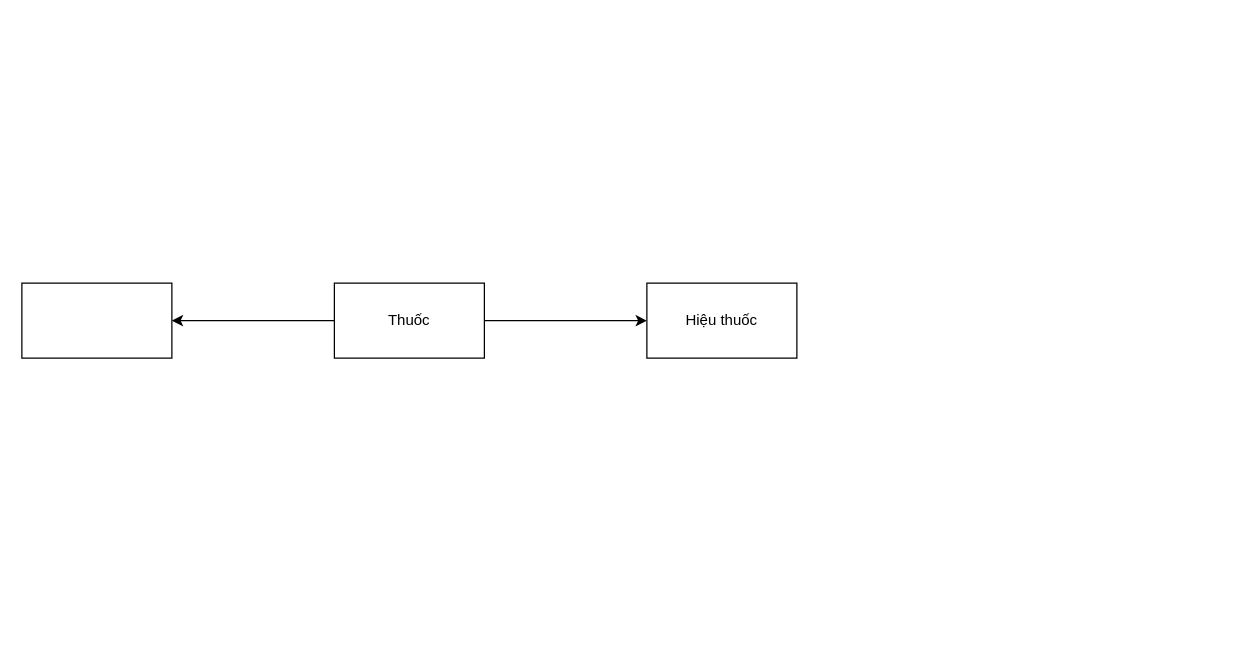
nqminh11605/hine16.github.io keeps this draw.io diagram as BÀI TẬP THIẾT KẾ SƠ ĐỒ ER.drawio. Above is the earlier version. Source tidied: cells renumbered, new cells numbered last; positions are measured from the earlier drawing's top-left corner, leaving out a move shared by most shapes. Both pictures are drawn from the tidied source at 125%, with x=0, y=0 at pixel (21, 282).
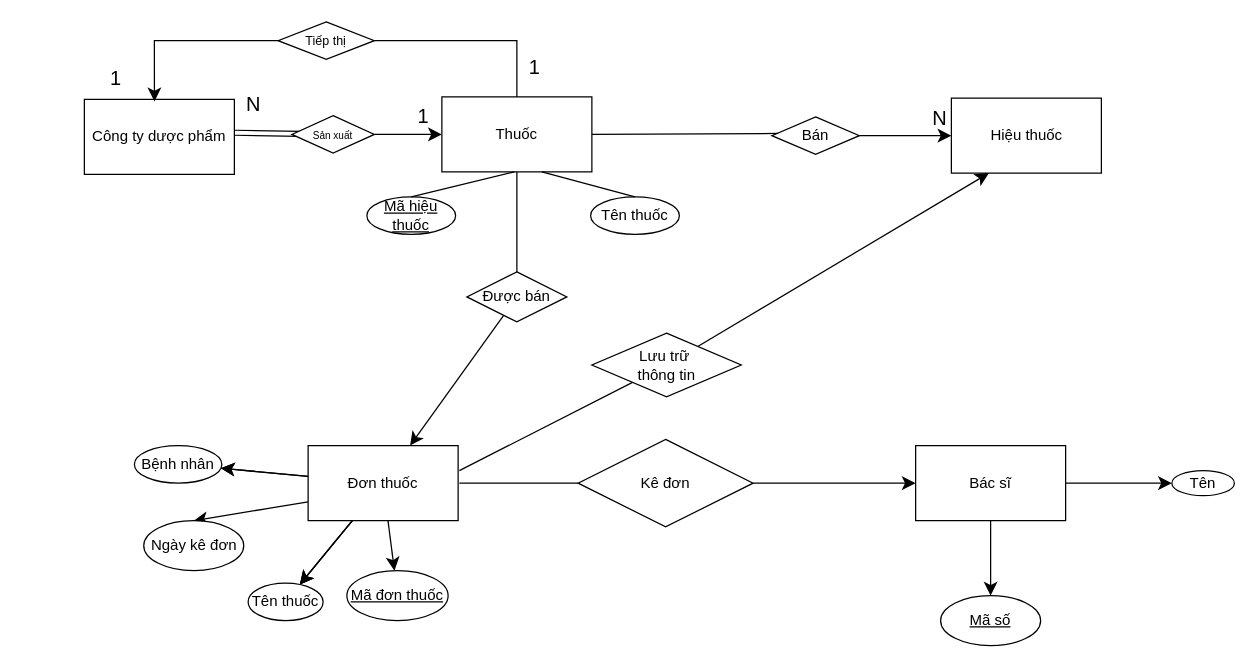
Above is the later version.

Commit message:
Cập nhật BÀI TẬP THIẾT KẾ SƠ ĐỒ ER.drawio

The edit, as a diff of the source:
```diff
@@
-    <mxCell id="2" style="edgeStyle=orthogonalEdgeStyle;rounded=0;jettySize=auto;html=1;" parent="1" edge="1" source="4" target="5">
-      <mxGeometry relative="1" as="geometry" />
-    </mxCell>
-    <mxCell id="3" style="edgeStyle=orthogonalEdgeStyle;rounded=0;jettySize=auto;html=1;" parent="1" edge="1" source="4" target="6">
-      <mxGeometry relative="1" as="geometry" />
-    </mxCell>
     <mxCell id="4" value="Thuốc" style="rounded=0;whiteSpace=wrap;html=1;" parent="1" vertex="1">
-      <mxGeometry x="250" width="120" height="60" as="geometry" />
+      <mxGeometry x="336" y="-149" width="120" height="60" as="geometry" />
     </mxCell>
     <mxCell id="5" value="Hiệu thuốc" style="rounded=0;whiteSpace=wrap;html=1;" parent="1" vertex="1">
-      <mxGeometry x="500" width="120" height="60" as="geometry" />
+      <mxGeometry x="743.6" y="-148" width="120" height="60" as="geometry" />
     </mxCell>
-    <mxCell id="6" style="rounded=0;whiteSpace=wrap;html=1;" parent="1" vertex="1">
-      <mxGeometry width="120" height="60" as="geometry" />
+    <mxCell id="6" value="Công ty dược phẩm" style="rounded=0;whiteSpace=wrap;html=1;" parent="1" vertex="1">
+      <mxGeometry x="50" y="-147" width="120" height="60" as="geometry" />
     </mxCell>
+    <mxCell id="7" value="N" style="text;html=1;align=center;verticalAlign=middle;strokeColor=none;fillColor=none;fontSize=16;" parent="1" vertex="1">
+      <mxGeometry x="165" y="-158" width="40" height="30" as="geometry" />
+    </mxCell>
+    <mxCell id="8" value="1" style="text;html=1;align=center;verticalAlign=middle;strokeColor=none;fillColor=none;fontSize=16;" parent="1" vertex="1">
+      <mxGeometry x="306" y="-149" width="30" height="30" as="geometry" />
+    </mxCell>
+    <mxCell id="9" style="endArrow=classic;html=1;rounded=0;fontSize=12;curved=1;exitX=1.003;exitY=0.445;exitDx=0;exitDy=0;shape=link;entryX=0.102;entryY=0.485;entryDx=0;entryDy=0;entryPerimeter=0;exitPerimeter=0;" parent="1" edge="1" source="6" target="10">
+      <mxGeometry relative="1" as="geometry" />
+    </mxCell>
+    <mxCell id="10" value="&lt;font style=&quot;vertical-align: inherit; font-size: 8px;&quot;&gt;Sản xuất&lt;/font&gt;" style="rhombus;whiteSpace=wrap;html=1;" parent="1" vertex="1">
+      <mxGeometry x="216" y="-134" width="66" height="30" as="geometry" />
+    </mxCell>
+    <mxCell id="11" style="endArrow=classic;html=1;rounded=0;fontSize=12;startSize=8;endSize=8;curved=1;entryX=0;entryY=0.5;entryDx=0;entryDy=0;" parent="1" edge="1" target="4">
+      <mxGeometry relative="1" as="geometry">
+        <mxPoint x="282" y="-119" as="sourcePoint" />
+      </mxGeometry>
+    </mxCell>
+    <mxCell id="12" style="edgeStyle=orthogonalEdgeStyle;rounded=0;jettySize=auto;html=1;entryX=0.467;entryY=0.027;entryDx=0;entryDy=0;fontSize=12;startSize=8;endSize=8;entryPerimeter=0;" parent="1" edge="1" source="13" target="6">
+      <mxGeometry relative="1" as="geometry" />
+    </mxCell>
+    <mxCell id="13" value="&lt;span style=&quot;font-size: 10px;&quot;&gt;Tiếp thị&lt;/span&gt;" style="rhombus;whiteSpace=wrap;html=1;rounded=0;" parent="1" vertex="1">
+      <mxGeometry x="205" y="-209" width="77" height="30" as="geometry" />
+    </mxCell>
+    <mxCell id="14" style="endArrow=none;html=1;rounded=0;fontSize=12;startSize=8;endSize=8;entryX=0.5;entryY=0;entryDx=0;entryDy=0;exitX=1;exitY=0.5;exitDx=0;exitDy=0;edgeStyle=orthogonalEdgeStyle;" parent="1" edge="1" source="13" target="4">
+      <mxGeometry relative="1" as="geometry" />
+    </mxCell>
+    <mxCell id="15" value="1" style="text;html=1;align=center;verticalAlign=middle;strokeColor=none;fillColor=none;fontSize=16;" parent="1" vertex="1">
+      <mxGeometry x="395" y="-188" width="30" height="30" as="geometry" />
+    </mxCell>
+    <mxCell id="16" value="1" style="text;html=1;align=center;verticalAlign=middle;strokeColor=none;fillColor=none;fontSize=16;" parent="1" vertex="1">
+      <mxGeometry x="60" y="-179" width="30" height="30" as="geometry" />
+    </mxCell>
+    <mxCell id="17" style="edgeStyle=none;curved=1;rounded=0;jettySize=auto;html=1;entryX=0;entryY=0.5;entryDx=0;entryDy=0;fontSize=12;startSize=8;endSize=8;" parent="1" edge="1" source="18" target="5">
+      <mxGeometry relative="1" as="geometry" />
+    </mxCell>
+    <mxCell id="18" value="Bán" style="rhombus;whiteSpace=wrap;html=1;" parent="1" vertex="1">
+      <mxGeometry x="600" y="-133" width="70" height="30" as="geometry" />
+    </mxCell>
+    <mxCell id="19" style="endArrow=none;html=1;rounded=0;fontSize=12;startSize=8;endSize=8;entryX=0.071;entryY=0.442;entryDx=0;entryDy=0;entryPerimeter=0;exitX=1;exitY=0.5;exitDx=0;exitDy=0;" parent="1" edge="1" source="4" target="18">
+      <mxGeometry relative="1" as="geometry" />
+    </mxCell>
+    <mxCell id="20" value="N" style="text;html=1;align=center;verticalAlign=middle;strokeColor=none;fillColor=none;fontSize=16;" parent="1" vertex="1">
+      <mxGeometry x="713.6" y="-147" width="40" height="30" as="geometry" />
+    </mxCell>
+    <mxCell id="21" value="&lt;u&gt;Mã hiệu thuốc&lt;/u&gt;" style="ellipse;whiteSpace=wrap;html=1;" parent="1" vertex="1">
+      <mxGeometry x="276" y="-69" width="71" height="30" as="geometry" />
+    </mxCell>
+    <mxCell id="22" value="Tên thuốc" style="ellipse;whiteSpace=wrap;html=1;" parent="1" vertex="1">
+      <mxGeometry x="455" y="-69" width="71" height="30" as="geometry" />
+    </mxCell>
+    <mxCell id="23" style="endArrow=none;html=1;rounded=0;fontSize=12;startSize=8;endSize=8;curved=1;exitX=0.5;exitY=0;exitDx=0;exitDy=0;" parent="1" edge="1" source="21">
+      <mxGeometry relative="1" as="geometry">
+        <mxPoint x="394" y="-89" as="targetPoint" />
+      </mxGeometry>
+    </mxCell>
+    <mxCell id="24" style="endArrow=none;html=1;rounded=0;fontSize=12;startSize=8;endSize=8;curved=1;exitX=0.5;exitY=0;exitDx=0;exitDy=0;" parent="1" edge="1" source="22">
+      <mxGeometry relative="1" as="geometry">
+        <mxPoint x="416" y="-89" as="targetPoint" />
+      </mxGeometry>
+    </mxCell>
+    <mxCell id="25" style="endArrow=none;html=1;rounded=0;fontSize=12;startSize=8;endSize=8;curved=1;exitX=0.5;exitY=1;exitDx=0;exitDy=0;" parent="1" edge="1" source="4" target="27">
+      <mxGeometry relative="1" as="geometry" />
+    </mxCell>
+    <mxCell id="26" style="edgeStyle=none;curved=1;rounded=0;jettySize=auto;html=1;fontSize=12;startSize=8;endSize=8;" parent="1" edge="1" source="27" target="35">
+      <mxGeometry relative="1" as="geometry" />
+    </mxCell>
+    <mxCell id="27" value="Được bán" style="rhombus;whiteSpace=wrap;html=1;" parent="1" vertex="1">
+      <mxGeometry x="356" y="-9" width="80" height="40" as="geometry" />
+    </mxCell>
+    <mxCell id="28" style="edgeStyle=none;curved=1;rounded=0;jettySize=auto;html=1;fontSize=12;startSize=8;endSize=8;" parent="1" edge="1" source="35" target="36">
+      <mxGeometry relative="1" as="geometry" />
+    </mxCell>
+    <mxCell id="29" style="edgeStyle=none;curved=1;rounded=0;jettySize=auto;html=1;fontSize=12;startSize=8;endSize=8;" parent="1" edge="1" source="35" target="36">
+      <mxGeometry relative="1" as="geometry" />
+    </mxCell>
+    <mxCell id="30" style="edgeStyle=none;curved=1;rounded=0;jettySize=auto;html=1;fontSize=12;startSize=8;endSize=8;" parent="1" edge="1" source="35" target="37">
+      <mxGeometry relative="1" as="geometry" />
+    </mxCell>
+    <mxCell id="31" style="edgeStyle=none;curved=1;rounded=0;jettySize=auto;html=1;fontSize=12;startSize=8;endSize=8;" parent="1" edge="1" source="35" target="37">
+      <mxGeometry relative="1" as="geometry" />
+    </mxCell>
+    <mxCell id="32" style="edgeStyle=none;curved=1;rounded=0;jettySize=auto;html=1;fontSize=12;startSize=8;endSize=8;exitX=0;exitY=0.75;exitDx=0;exitDy=0;entryX=0.5;entryY=0;entryDx=0;entryDy=0;" parent="1" edge="1" source="35" target="38">
+      <mxGeometry relative="1" as="geometry" />
+    </mxCell>
+    <mxCell id="33" style="edgeStyle=none;curved=1;rounded=0;jettySize=auto;html=1;fontSize=12;startSize=8;endSize=8;" parent="1" edge="1" source="35" target="39">
+      <mxGeometry relative="1" as="geometry" />
+    </mxCell>
+    <mxCell id="34" style="edgeStyle=none;curved=1;rounded=0;jettySize=auto;html=1;fontSize=12;startSize=8;endSize=8;" parent="1" edge="1" source="35" target="36">
+      <mxGeometry relative="1" as="geometry" />
+    </mxCell>
+    <mxCell id="35" value="Đơn thuốc" style="whiteSpace=wrap;html=1;" parent="1" vertex="1">
+      <mxGeometry x="229" y="130" width="120" height="60" as="geometry" />
+    </mxCell>
+    <mxCell id="36" value="Tên thuốc" style="ellipse;whiteSpace=wrap;html=1;" parent="1" vertex="1">
+      <mxGeometry x="181" y="240" width="60" height="30" as="geometry" />
+    </mxCell>
+    <mxCell id="37" value="Bệnh nhân" style="ellipse;whiteSpace=wrap;html=1;" parent="1" vertex="1">
+      <mxGeometry x="90" y="130" width="70" height="30" as="geometry" />
+    </mxCell>
+    <mxCell id="38" value="Ngày kê đơn" style="ellipse;whiteSpace=wrap;html=1;" parent="1" vertex="1">
+      <mxGeometry x="97.5" y="190" width="80" height="40" as="geometry" />
+    </mxCell>
+    <mxCell id="39" value="&lt;u&gt;Mã đơn thuốc&lt;/u&gt;" style="ellipse;whiteSpace=wrap;html=1;" parent="1" vertex="1">
+      <mxGeometry x="260" y="230" width="81" height="40" as="geometry" />
+    </mxCell>
+    <mxCell id="40" style="endArrow=none;html=1;rounded=0;fontSize=12;startSize=8;endSize=8;curved=1;" parent="1" edge="1" target="42">
+      <mxGeometry relative="1" as="geometry">
+        <mxPoint x="350" y="160" as="sourcePoint" />
+      </mxGeometry>
+    </mxCell>
+    <mxCell id="41" style="edgeStyle=none;curved=1;rounded=0;jettySize=auto;html=1;fontSize=12;startSize=8;endSize=8;" parent="1" edge="1" source="42" target="45">
+      <mxGeometry relative="1" as="geometry" />
+    </mxCell>
+    <mxCell id="42" value="Kê đơn" style="rhombus;whiteSpace=wrap;html=1;" parent="1" vertex="1">
+      <mxGeometry x="445" y="125" width="140" height="70" as="geometry" />
+    </mxCell>
+    <mxCell id="43" style="edgeStyle=none;curved=1;rounded=0;jettySize=auto;html=1;fontSize=12;startSize=8;endSize=8;" parent="1" edge="1" source="45" target="46">
+      <mxGeometry relative="1" as="geometry" />
+    </mxCell>
+    <mxCell id="44" style="edgeStyle=none;curved=1;rounded=0;jettySize=auto;html=1;fontSize=12;startSize=8;endSize=8;" parent="1" edge="1" source="45" target="47">
+      <mxGeometry relative="1" as="geometry" />
+    </mxCell>
+    <mxCell id="45" value="Bác sĩ" style="whiteSpace=wrap;html=1;" parent="1" vertex="1">
+      <mxGeometry x="715" y="130" width="120" height="60" as="geometry" />
+    </mxCell>
+    <mxCell id="46" value="Tên" style="ellipse;whiteSpace=wrap;html=1;" parent="1" vertex="1">
+      <mxGeometry x="920" y="150" width="50" height="20" as="geometry" />
+    </mxCell>
+    <mxCell id="47" value="&lt;u&gt;Mã số&lt;/u&gt;" style="ellipse;whiteSpace=wrap;html=1;" parent="1" vertex="1">
+      <mxGeometry x="735" y="250" width="80" height="40" as="geometry" />
+    </mxCell>
+    <mxCell id="48" style="endArrow=none;html=1;rounded=0;fontSize=12;startSize=8;endSize=8;curved=1;" parent="1" edge="1" target="50">
+      <mxGeometry relative="1" as="geometry">
+        <mxPoint x="350" y="150" as="sourcePoint" />
+      </mxGeometry>
+    </mxCell>
+    <mxCell id="49" style="edgeStyle=none;curved=1;rounded=0;jettySize=auto;html=1;fontSize=12;startSize=8;endSize=8;entryX=0.25;entryY=1;entryDx=0;entryDy=0;" parent="1" edge="1" source="50" target="5">
+      <mxGeometry relative="1" as="geometry" />
+    </mxCell>
+    <mxCell id="50" value="Lưu trữ&amp;nbsp;&lt;br&gt;thông tin" style="rhombus;whiteSpace=wrap;html=1;" parent="1" vertex="1">
+      <mxGeometry x="456" y="40" width="119.5" height="51" as="geometry" />
+    </mxCell>
```
